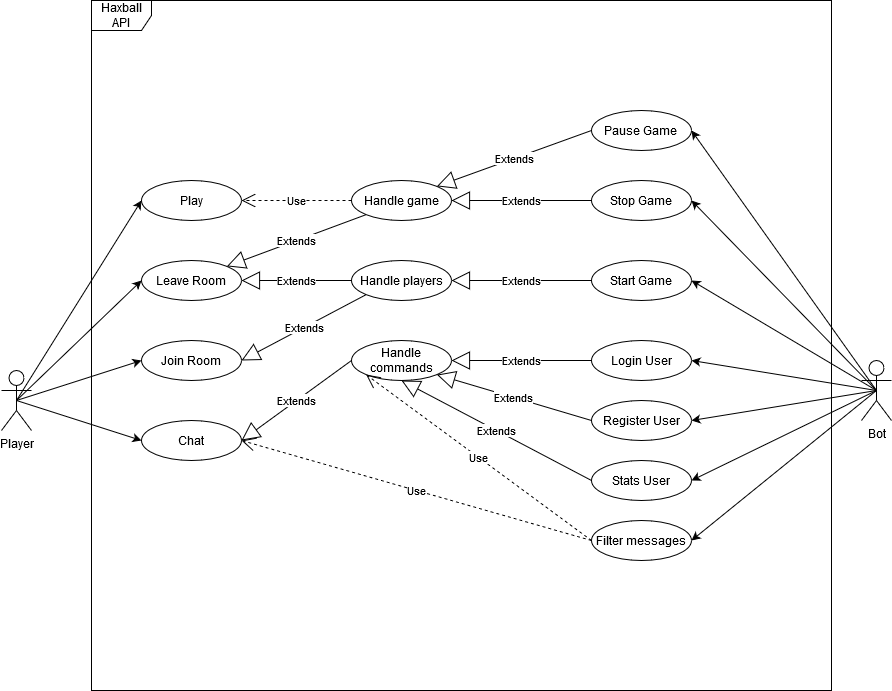
Above: UseDiagram.png in umb-hub/haxballbot (draw.io), before the change. Source tidied: cells renumbered, new cells last; positions are measured from the earlier drawing's top-left corner, leaving out a move shared by most shapes.
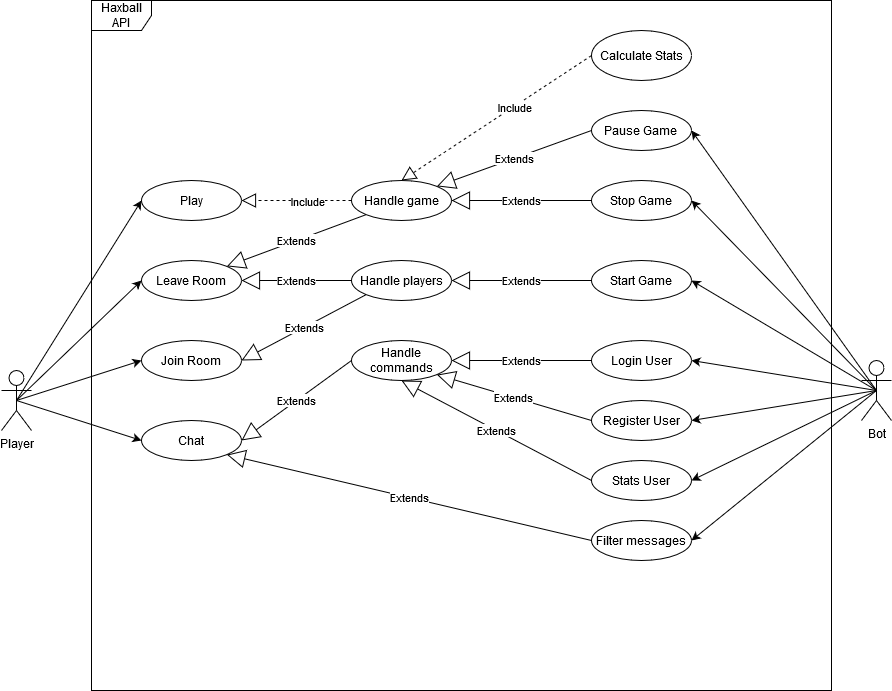
After the commit.

Change to the diagram source:
```diff
@@ -73,15 +73,9 @@
     <mxCell id="24" value="Extends" style="endArrow=block;endSize=16;endFill=0;html=1;exitX=0;exitY=0.5;exitDx=0;exitDy=0;entryX=1;entryY=0.5;entryDx=0;entryDy=0;" parent="1" edge="1" source="14" target="6">
       <mxGeometry relative="1" as="geometry" />
     </mxCell>
-    <mxCell id="25" value="Use" style="endArrow=open;endSize=12;dashed=1;html=1;exitX=0;exitY=0.5;exitDx=0;exitDy=0;entryX=1;entryY=0.5;entryDx=0;entryDy=0;" parent="1" edge="1" source="15" target="6">
-      <mxGeometry relative="1" as="geometry" />
-    </mxCell>
     <mxCell id="26" value="Extends" style="endArrow=block;endSize=16;endFill=0;html=1;exitX=0;exitY=0.5;exitDx=0;exitDy=0;entryX=1;entryY=0.5;entryDx=0;entryDy=0;" parent="1" edge="1" source="12" target="7">
       <mxGeometry relative="1" as="geometry" />
     </mxCell>
-    <mxCell id="27" value="Use" style="endArrow=open;endSize=12;dashed=1;html=1;exitX=0;exitY=0.5;exitDx=0;exitDy=0;entryX=1;entryY=0.5;entryDx=0;entryDy=0;" parent="1" edge="1" source="13" target="4">
-      <mxGeometry relative="1" as="geometry" />
-    </mxCell>
     <mxCell id="28" value="Extends" style="endArrow=block;endSize=16;endFill=0;html=1;exitX=0;exitY=0.5;exitDx=0;exitDy=0;entryX=1;entryY=0;entryDx=0;entryDy=0;" parent="1" edge="1" source="20" target="13">
       <mxGeometry relative="1" as="geometry" />
     </mxCell>
@@ -124,8 +118,23 @@
     <mxCell id="41" style="endArrow=classic;html=1;exitX=0.5;exitY=0.5;exitDx=0;exitDy=0;exitPerimeter=0;entryX=1;entryY=0.5;entryDx=0;entryDy=0;" parent="1" edge="1" source="16" target="15">
       <mxGeometry relative="1" as="geometry" />
     </mxCell>
-    <mxCell id="42" value="Use" style="endArrow=open;endSize=12;dashed=1;html=1;exitX=0;exitY=0.5;exitDx=0;exitDy=0;entryX=0;entryY=1;entryDx=0;entryDy=0;" parent="1" edge="1" source="15" target="14">
-      <mxGeometry relative="1" as="geometry" />
-    </mxCell>
+    <mxCell id="27" style="endArrow=block;dashed=1;endFill=0;endSize=12;html=1;exitX=0;exitY=0.5;exitDx=0;exitDy=0;" parent="1" edge="1" source="13" target="4">
+      <mxGeometry relative="1" as="geometry" />
+    </mxCell>
+    <mxCell id="43" value="Include" style="edgeLabel;html=1;align=center;verticalAlign=middle;" parent="27" vertex="1">
+      <mxGeometry x="-0.18" relative="1" as="geometry" />
+    </mxCell>
+    <mxCell id="25" value="Extends" style="endArrow=block;endSize=16;endFill=0;html=1;exitX=0;exitY=0.5;exitDx=0;exitDy=0;entryX=1;entryY=1;entryDx=0;entryDy=0;" parent="1" edge="1" source="15" target="6">
+      <mxGeometry relative="1" as="geometry" />
+    </mxCell>
+    <mxCell id="44" value="&lt;div&gt;Calculate Stats&lt;/div&gt;" style="ellipse;whiteSpace=wrap;html=1;" parent="1" vertex="1">
+      <mxGeometry x="590" y="30" width="100" height="50" as="geometry" />
+    </mxCell>
+    <mxCell id="45" style="endArrow=block;dashed=1;endFill=0;endSize=12;html=1;exitX=0;exitY=0.5;exitDx=0;exitDy=0;entryX=0.5;entryY=0;entryDx=0;entryDy=0;" parent="1" edge="1" source="44" target="13">
+      <mxGeometry relative="1" as="geometry" />
+    </mxCell>
+    <mxCell id="46" value="Include" style="edgeLabel;html=1;align=center;verticalAlign=middle;" parent="45" vertex="1">
+      <mxGeometry x="-0.18" relative="1" as="geometry" />
+    </mxCell>
   </root>
 </mxGraphModel>
```
